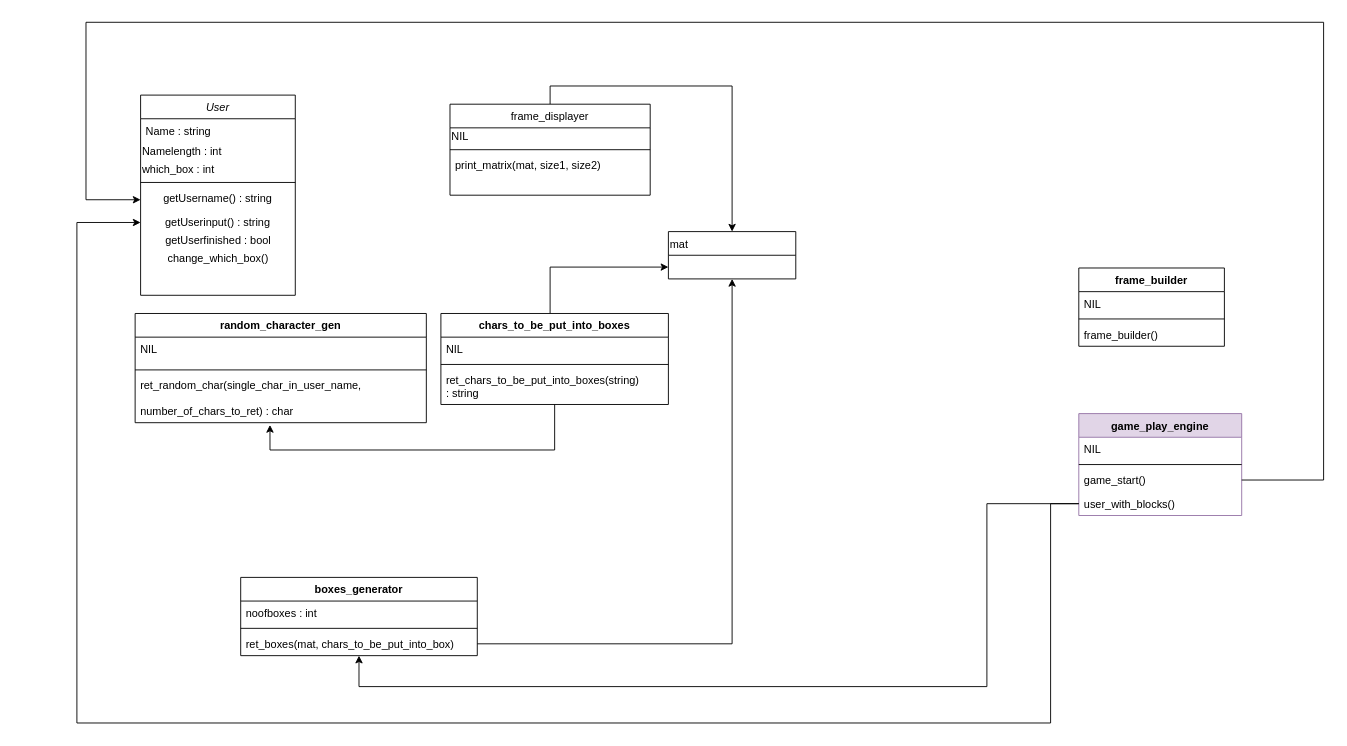
The draw.io diagram 2_Design/strucural_UML_diag/Class-UML/class_diagram.drawio in Chandru-crypted/Dark-Samurai-within, before the edit. Source tidied: cells renumbered, new cells numbered last; positions are measured from the earlier drawing's top-left corner, leaving out a move shared by most shapes. Both pictures are drawn from the tidied source at 91%, with x=0, y=0 at pixel (76, 22).
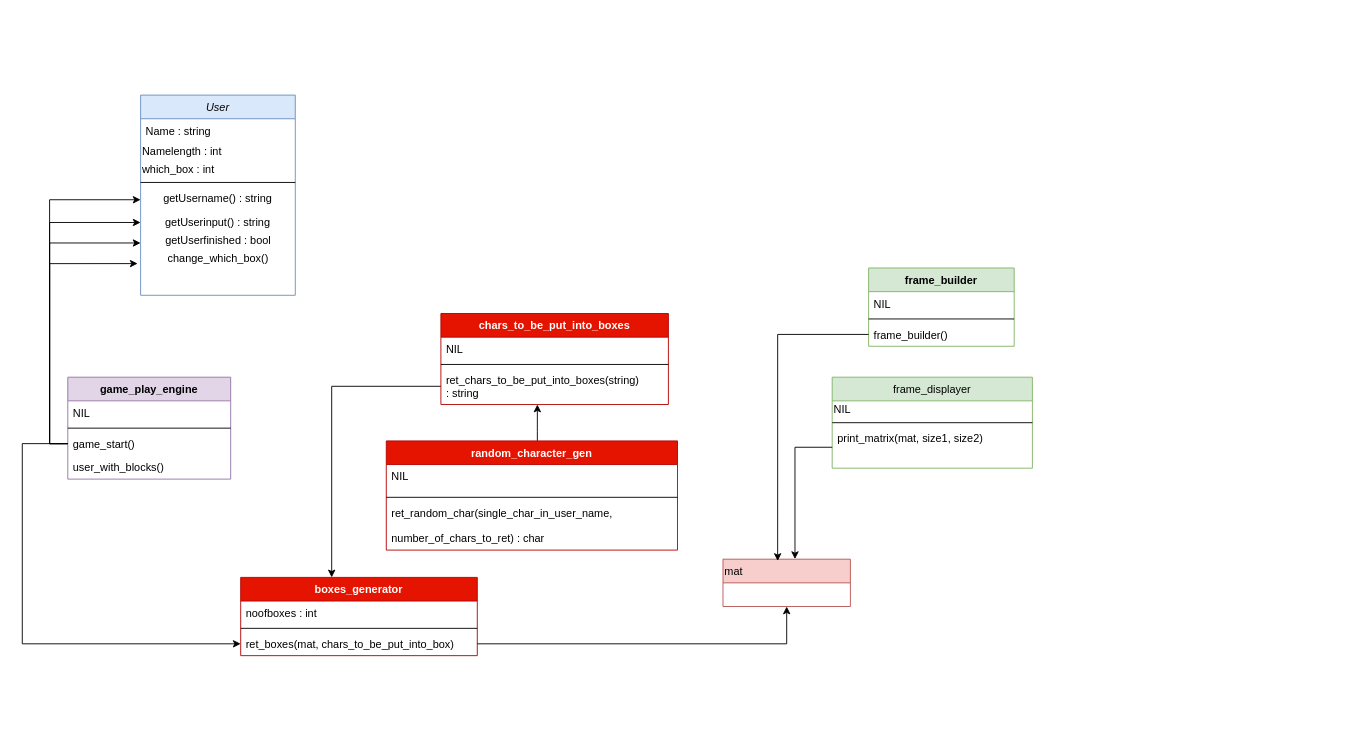
The same diagram, later.

Unchanged cells that the change refers to:
```xml
<mxCell id="7" value="getUsername() : string&#10;" style="text;align=center;verticalAlign=top;spacingLeft=4;spacingRight=4;overflow=hidden;points=[[0,0.5],[1,0.5]];portConstraint=eastwest;" parent="2" vertex="1">
  <mxGeometry y="100" width="170" height="30" as="geometry" />
</mxCell>
<mxCell id="8" value="&lt;div&gt;&lt;br&gt;&lt;/div&gt;&lt;div&gt;getUserinput() : string&lt;/div&gt;&lt;div&gt;&lt;br&gt;&lt;/div&gt;" style="text;html=1;strokeColor=none;fillColor=none;align=center;verticalAlign=middle;whiteSpace=wrap;rounded=0;" parent="2" vertex="1">
  <mxGeometry y="130" width="170" height="20" as="geometry" />
</mxCell>
<mxCell id="9" value="&lt;div&gt;getUserfinished : bool&lt;/div&gt;" style="text;html=1;align=center;verticalAlign=middle;points=[];" parent="2" vertex="1">
  <mxGeometry y="150" width="170" height="20" as="geometry" />
</mxCell>
<mxCell id="10" value="change_which_box()" style="text;html=1;align=center;verticalAlign=middle;points=[];" parent="2" vertex="1">
  <mxGeometry y="170" width="170" height="20" as="geometry" />
</mxCell>
<mxCell id="15" value="print_matrix(mat, size1, size2)&#10;" style="text;align=left;verticalAlign=top;spacingLeft=4;spacingRight=4;overflow=hidden;points=[[0,0.5],[1,0.5]];portConstraint=eastwest;" parent="12" vertex="1">
  <mxGeometry y="54" width="220" height="46" as="geometry" />
</mxCell>
<mxCell id="19" value="ret_random_char(single_char_in_user_name, &#10;&#10;number_of_chars_to_ret) : char&#10;" style="text;strokeColor=none;fillColor=none;align=left;verticalAlign=top;spacingLeft=4;spacingRight=4;overflow=hidden;points=[[0,0.5],[1,0.5]];portConstraint=eastwest;" parent="16" vertex="1">
  <mxGeometry y="66" width="320" height="54" as="geometry" />
</mxCell>
<mxCell id="23" value="ret_boxes(mat, chars_to_be_put_into_box)" style="text;strokeColor=none;fillColor=none;align=left;verticalAlign=top;spacingLeft=4;spacingRight=4;overflow=hidden;points=[[0,0.5],[1,0.5]];portConstraint=eastwest;" parent="20" vertex="1">
  <mxGeometry y="60" width="260" height="26" as="geometry" />
</mxCell>
<mxCell id="30" value="ret_chars_to_be_put_into_boxes(string)&#10; : string" style="text;strokeColor=none;fillColor=none;align=left;verticalAlign=top;spacingLeft=4;spacingRight=4;overflow=hidden;points=[[0,0.5],[1,0.5]];portConstraint=eastwest;" parent="27" vertex="1">
  <mxGeometry y="60" width="250" height="40" as="geometry" />
</mxCell>
<mxCell id="34" value="frame_builder()" style="text;strokeColor=none;fillColor=none;align=left;verticalAlign=top;spacingLeft=4;spacingRight=4;overflow=hidden;points=[[0,0.5],[1,0.5]];portConstraint=eastwest;" parent="31" vertex="1">
  <mxGeometry y="60" width="160" height="26" as="geometry" />
</mxCell>
<mxCell id="38" value="game_start()" style="text;strokeColor=none;fillColor=none;align=left;verticalAlign=top;spacingLeft=4;spacingRight=4;overflow=hidden;points=[[0,0.5],[1,0.5]];portConstraint=eastwest;" parent="35" vertex="1">
  <mxGeometry y="60" width="179" height="26" as="geometry" />
</mxCell>
<mxCell id="39" value="user_with_blocks()" style="text;strokeColor=none;fillColor=none;align=left;verticalAlign=top;spacingLeft=4;spacingRight=4;overflow=hidden;points=[[0,0.5],[1,0.5]];portConstraint=eastwest;" parent="35" vertex="1">
  <mxGeometry y="86" width="179" height="26" as="geometry" />
</mxCell>
```

Diff of the diagram source:
```diff
@@
-    <mxCell id="2" value="User" style="swimlane;fontStyle=2;align=center;verticalAlign=top;horizontal=1;startSize=26;rounded=0;shadow=0;strokeWidth=1;" parent="1" vertex="1">
+    <mxCell id="2" value="User" style="swimlane;fontStyle=2;align=center;verticalAlign=top;horizontal=1;startSize=26;rounded=0;shadow=0;strokeWidth=1;fillColor=#dae8fc;strokeColor=#6c8ebf;" parent="1" vertex="1">
       <mxGeometry x="70" y="80" width="170" height="220" as="geometry" />
     </mxCell>
@@
-    <mxCell id="11" style="edgeStyle=orthogonalEdgeStyle;rounded=0;jettySize=auto;html=1;exitX=0.5;exitY=0;exitDx=0;exitDy=0;entryX=0.5;entryY=0;entryDx=0;entryDy=0;" parent="1" edge="1" source="12" target="24">
-      <mxGeometry relative="1" as="geometry" />
-    </mxCell>
-    <mxCell id="12" value="frame_displayer" style="swimlane;fontStyle=0;align=center;verticalAlign=top;horizontal=1;startSize=26;rounded=0;shadow=0;strokeWidth=1;" parent="1" vertex="1">
-      <mxGeometry x="410" y="90" width="220" height="100" as="geometry" />
+    <mxCell id="12" value="frame_displayer" style="swimlane;fontStyle=0;align=center;verticalAlign=top;horizontal=1;startSize=26;rounded=0;shadow=0;strokeWidth=1;fillColor=#d5e8d4;strokeColor=#82b366;" parent="1" vertex="1">
+      <mxGeometry x="830" y="390" width="220" height="100" as="geometry" />
     </mxCell>
@@
+    <mxCell id="44" style="edgeStyle=orthogonalEdgeStyle;rounded=0;jettySize=auto;html=1;entryX=0.424;entryY=1;entryDx=0;entryDy=0;entryPerimeter=0;" parent="1" edge="1" source="16" target="30">
+      <mxGeometry relative="1" as="geometry">
+        <Array as="points">
+          <mxPoint x="506" y="450" />
+          <mxPoint x="506" y="450" />
+        </Array>
+      </mxGeometry>
+    </mxCell>
-    <mxCell id="16" value="random_character_gen" style="swimlane;fontStyle=1;align=center;verticalAlign=top;horizontal=1;startSize=26;" parent="1" vertex="1">
-      <mxGeometry x="64" y="320" width="320" height="120" as="geometry" />
+    <mxCell id="16" value="random_character_gen" style="swimlane;fontStyle=1;align=center;verticalAlign=top;horizontal=1;startSize=26;fillColor=#e51400;strokeColor=#B20000;fontColor=#ffffff;" parent="1" vertex="1">
+      <mxGeometry x="340" y="460" width="320" height="120" as="geometry" />
     </mxCell>
@@
-    <mxCell id="20" value="boxes_generator" style="swimlane;fontStyle=1;align=center;verticalAlign=top;horizontal=1;startSize=26;" parent="1" vertex="1">
+    <mxCell id="20" value="boxes_generator" style="swimlane;fontStyle=1;align=center;verticalAlign=top;horizontal=1;startSize=26;fillColor=#e51400;strokeColor=#B20000;fontColor=#ffffff;" parent="1" vertex="1">
       <mxGeometry x="180" y="610" width="260" height="86" as="geometry" />
     </mxCell>
@@
-    <mxCell id="24" value="mat" style="swimlane;fontStyle=0;horizontal=1;startSize=26;fillColor=none;align=left;" parent="1" vertex="1">
-      <mxGeometry x="650" y="230" width="140" height="52" as="geometry" />
+    <mxCell id="24" value="mat" style="swimlane;fontStyle=0;horizontal=1;startSize=26;fillColor=#f8cecc;align=left;strokeColor=#b85450;" parent="1" vertex="1">
+      <mxGeometry x="710" y="590" width="140" height="52" as="geometry" />
     </mxCell>
-    <mxCell id="25" style="edgeStyle=orthogonalEdgeStyle;rounded=0;jettySize=auto;html=1;entryX=0;entryY=0.75;entryDx=0;entryDy=0;" parent="1" edge="1" source="27" target="24">
-      <mxGeometry relative="1" as="geometry">
-        <Array as="points">
-          <mxPoint x="520" y="269" />
-        </Array>
-      </mxGeometry>
-    </mxCell>
-    <mxCell id="26" style="edgeStyle=orthogonalEdgeStyle;rounded=0;jettySize=auto;html=1;entryX=0.463;entryY=1.046;entryDx=0;entryDy=0;entryPerimeter=0;" parent="1" edge="1" source="27" target="19">
-      <mxGeometry relative="1" as="geometry">
-        <Array as="points">
-          <mxPoint x="525" y="470" />
-          <mxPoint x="212" y="470" />
-        </Array>
-      </mxGeometry>
-    </mxCell>
+    <mxCell id="45" style="edgeStyle=orthogonalEdgeStyle;rounded=0;jettySize=auto;html=1;" parent="1" edge="1" source="27" target="20">
+      <mxGeometry relative="1" as="geometry">
+        <Array as="points">
+          <mxPoint x="280" y="400" />
+        </Array>
+      </mxGeometry>
+    </mxCell>
-    <mxCell id="27" value="chars_to_be_put_into_boxes" style="swimlane;fontStyle=1;align=center;verticalAlign=top;horizontal=1;startSize=26;" parent="1" vertex="1">
+    <mxCell id="27" value="chars_to_be_put_into_boxes" style="swimlane;fontStyle=1;align=center;verticalAlign=top;horizontal=1;startSize=26;fillColor=#e51400;strokeColor=#B20000;fontColor=#ffffff;" parent="1" vertex="1">
       <mxGeometry x="400" y="320" width="250" height="100" as="geometry" />
     </mxCell>
@@
-    <mxCell id="31" value="frame_builder" style="swimlane;fontStyle=1;align=center;verticalAlign=top;horizontal=1;startSize=26;" parent="1" vertex="1">
-      <mxGeometry x="1101" y="270" width="160" height="86" as="geometry" />
+    <mxCell id="31" value="frame_builder" style="swimlane;fontStyle=1;align=center;verticalAlign=top;horizontal=1;startSize=26;fillColor=#d5e8d4;strokeColor=#82b366;" parent="1" vertex="1">
+      <mxGeometry x="870" y="270" width="160" height="86" as="geometry" />
     </mxCell>
@@
     <mxCell id="35" value="game_play_engine" style="swimlane;fontStyle=1;align=center;verticalAlign=top;horizontal=1;startSize=26;fillColor=#e1d5e7;strokeColor=#9673a6;" parent="1" vertex="1">
-      <mxGeometry x="1101" y="430" width="179" height="112" as="geometry" />
+      <mxGeometry x="-10" y="390" width="179" height="112" as="geometry" />
     </mxCell>
@@
+    <mxCell id="42" style="edgeStyle=orthogonalEdgeStyle;rounded=0;jettySize=auto;html=1;entryX=0.5;entryY=1;entryDx=0;entryDy=0;" parent="1" edge="1" source="23" target="24">
+      <mxGeometry relative="1" as="geometry" />
+    </mxCell>
+    <mxCell id="46" style="edgeStyle=orthogonalEdgeStyle;rounded=0;jettySize=auto;html=1;entryX=0.429;entryY=0.038;entryDx=0;entryDy=0;entryPerimeter=0;" parent="1" edge="1" source="34" target="24">
+      <mxGeometry relative="1" as="geometry" />
+    </mxCell>
+    <mxCell id="47" style="edgeStyle=orthogonalEdgeStyle;rounded=0;jettySize=auto;html=1;exitX=0;exitY=0.5;exitDx=0;exitDy=0;entryX=0.565;entryY=-0.003;entryDx=0;entryDy=0;entryPerimeter=0;" parent="1" edge="1" source="15" target="24">
+      <mxGeometry relative="1" as="geometry" />
+    </mxCell>
+    <mxCell id="48" style="edgeStyle=orthogonalEdgeStyle;rounded=0;jettySize=auto;html=1;entryX=0;entryY=0.5;entryDx=0;entryDy=0;" parent="1" edge="1" source="38" target="23">
+      <mxGeometry relative="1" as="geometry">
+        <Array as="points">
+          <mxPoint x="-60" y="463" />
+          <mxPoint x="-60" y="683" />
+        </Array>
+      </mxGeometry>
+    </mxCell>
-    <mxCell id="40" style="edgeStyle=orthogonalEdgeStyle;rounded=0;jettySize=auto;html=1;entryX=0;entryY=0.5;entryDx=0;entryDy=0;exitX=1;exitY=0.5;exitDx=0;exitDy=0;" parent="1" edge="1" source="38" target="7">
+    <mxCell id="40" style="edgeStyle=orthogonalEdgeStyle;rounded=0;jettySize=auto;html=1;" parent="1" edge="1" source="38" target="7">
       <mxGeometry relative="1" as="geometry">
         <Array as="points">
-          <mxPoint x="1370" y="503" />
-          <mxPoint x="1370" />
-          <mxPoint x="10" />
-          <mxPoint x="10" y="195" />
+          <mxPoint x="-30" y="463" />
+          <mxPoint x="-30" y="195" />
         </Array>
       </mxGeometry>
     </mxCell>
-    <mxCell id="41" style="edgeStyle=orthogonalEdgeStyle;rounded=0;jettySize=auto;html=1;entryX=0;entryY=0.5;entryDx=0;entryDy=0;" parent="1" edge="1" source="39" target="8">
-      <mxGeometry relative="1" as="geometry">
-        <Array as="points">
-          <mxPoint x="1070" y="529" />
-          <mxPoint x="1070" y="770" />
-          <mxPoint y="770" />
-          <mxPoint y="220" />
-        </Array>
-      </mxGeometry>
-    </mxCell>
-    <mxCell id="42" style="edgeStyle=orthogonalEdgeStyle;rounded=0;jettySize=auto;html=1;entryX=0.5;entryY=1;entryDx=0;entryDy=0;" parent="1" edge="1" source="23" target="24">
-      <mxGeometry relative="1" as="geometry" />
-    </mxCell>
-    <mxCell id="43" style="edgeStyle=orthogonalEdgeStyle;rounded=0;jettySize=auto;html=1;exitX=0;exitY=0.5;exitDx=0;exitDy=0;" parent="1" edge="1" source="39" target="23">
-      <mxGeometry relative="1" as="geometry">
-        <Array as="points">
-          <mxPoint x="1000" y="529" />
-          <mxPoint x="1000" y="730" />
-          <mxPoint x="310" y="730" />
-        </Array>
-      </mxGeometry>
-    </mxCell>
+    <mxCell id="49" style="edgeStyle=orthogonalEdgeStyle;rounded=0;jettySize=auto;html=1;entryX=0;entryY=0.5;entryDx=0;entryDy=0;" parent="1" edge="1" source="38" target="8">
+      <mxGeometry relative="1" as="geometry">
+        <Array as="points">
+          <mxPoint x="-30" y="463" />
+          <mxPoint x="-30" y="220" />
+        </Array>
+      </mxGeometry>
+    </mxCell>
+    <mxCell id="50" style="edgeStyle=orthogonalEdgeStyle;rounded=0;jettySize=auto;html=1;entryX=0;entryY=0.625;entryDx=0;entryDy=0;entryPerimeter=0;" parent="1" edge="1" source="38" target="9">
+      <mxGeometry relative="1" as="geometry">
+        <Array as="points">
+          <mxPoint x="-30" y="463" />
+          <mxPoint x="-30" y="243" />
+        </Array>
+      </mxGeometry>
+    </mxCell>
+    <mxCell id="51" style="edgeStyle=orthogonalEdgeStyle;rounded=0;jettySize=auto;html=1;entryX=-0.019;entryY=0.759;entryDx=0;entryDy=0;entryPerimeter=0;" parent="1" edge="1" source="38" target="10">
+      <mxGeometry relative="1" as="geometry">
+        <Array as="points">
+          <mxPoint x="-30" y="463" />
+          <mxPoint x="-30" y="265" />
+        </Array>
+      </mxGeometry>
+    </mxCell>
```
